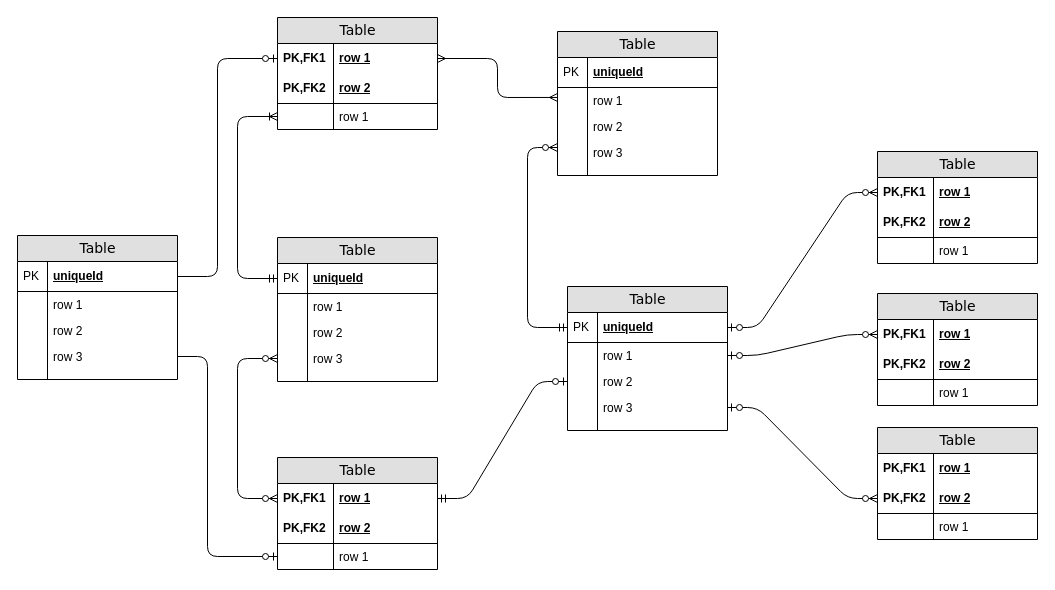
lucadevv/Draws keeps this draw.io diagram as TodoList.drawio. Above is the earlier version. Source tidied: cells renumbered, new cells numbered last; positions are measured from the earlier drawing's top-left corner, leaving out a move shared by most shapes. Both pictures are drawn from the tidied source at 100%, with x=0, y=0 at pixel (17, 17).
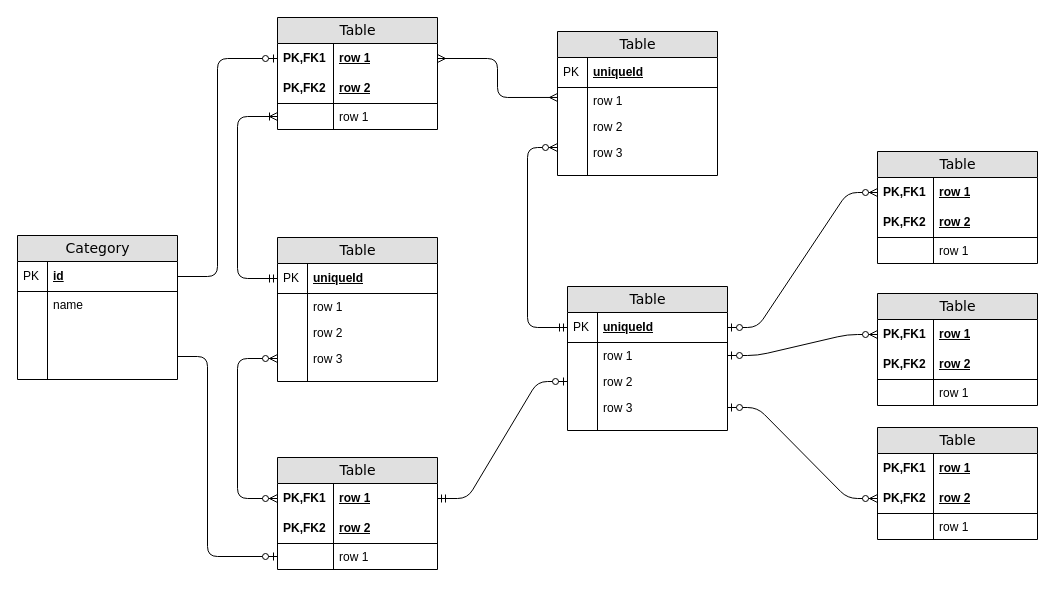
The same diagram, later.

Change to the diagram source:
```diff
@@
-    <mxCell id="78" value="Table" style="swimlane;html=1;fontStyle=0;horizontal=1;startSize=26;fillColor=#e0e0e0;swimlaneFillColor=#ffffff;align=center;rounded=0;shadow=0;comic=0;labelBackgroundColor=none;strokeWidth=1;fontFamily=Verdana;fontSize=14;" parent="1" vertex="1">
+    <mxCell id="78" value="Category" style="swimlane;html=1;fontStyle=0;horizontal=1;startSize=26;fillColor=#e0e0e0;swimlaneFillColor=#ffffff;align=center;rounded=0;shadow=0;comic=0;labelBackgroundColor=none;strokeWidth=1;fontFamily=Verdana;fontSize=14;" parent="1" vertex="1">
       <mxGeometry y="218" width="160" height="144" as="geometry" />
     </mxCell>
-    <mxCell id="79" value="uniqueId" style="shape=partialRectangle;top=0;left=0;right=0;bottom=1;html=1;align=left;verticalAlign=middle;fillColor=none;spacingLeft=34;spacingRight=4;whiteSpace=wrap;overflow=hidden;points=[[0,0.5],[1,0.5]];portConstraint=eastwest;fontStyle=5;" parent="78" vertex="1">
+    <mxCell id="79" value="id" style="shape=partialRectangle;top=0;left=0;right=0;bottom=1;html=1;align=left;verticalAlign=middle;fillColor=none;spacingLeft=34;spacingRight=4;whiteSpace=wrap;overflow=hidden;points=[[0,0.5],[1,0.5]];portConstraint=eastwest;fontStyle=5;" parent="78" vertex="1">
       <mxGeometry y="26" width="160" height="30" as="geometry" />
     </mxCell>
@@
-    <mxCell id="81" value="row 1" style="shape=partialRectangle;top=0;left=0;right=0;bottom=0;html=1;align=left;verticalAlign=top;fillColor=none;spacingLeft=34;spacingRight=4;whiteSpace=wrap;overflow=hidden;" parent="78" vertex="1">
+    <mxCell id="81" value="name" style="shape=partialRectangle;top=0;left=0;right=0;bottom=0;html=1;align=left;verticalAlign=top;fillColor=none;spacingLeft=34;spacingRight=4;whiteSpace=wrap;overflow=hidden;" parent="78" vertex="1">
       <mxGeometry y="56" width="160" height="26" as="geometry" />
     </mxCell>
@@
-    <mxCell id="83" value="row 2" style="shape=partialRectangle;top=0;left=0;right=0;bottom=0;html=1;align=left;verticalAlign=top;fillColor=none;spacingLeft=34;spacingRight=4;whiteSpace=wrap;overflow=hidden;" parent="78" vertex="1">
+    <mxCell id="83" style="shape=partialRectangle;top=0;left=0;right=0;bottom=0;html=1;align=left;verticalAlign=top;fillColor=none;spacingLeft=34;spacingRight=4;whiteSpace=wrap;overflow=hidden;" parent="78" vertex="1">
       <mxGeometry y="82" width="160" height="26" as="geometry" />
     </mxCell>
@@
-    <mxCell id="85" value="row 3" style="shape=partialRectangle;top=0;left=0;right=0;bottom=0;html=1;align=left;verticalAlign=top;fillColor=none;spacingLeft=34;spacingRight=4;whiteSpace=wrap;overflow=hidden;points=[[0,0.5],[1,0.5]];portConstraint=eastwest;" parent="78" vertex="1">
+    <mxCell id="85" style="shape=partialRectangle;top=0;left=0;right=0;bottom=0;html=1;align=left;verticalAlign=top;fillColor=none;spacingLeft=34;spacingRight=4;whiteSpace=wrap;overflow=hidden;points=[[0,0.5],[1,0.5]];portConstraint=eastwest;" parent="78" vertex="1">
       <mxGeometry y="108" width="160" height="26" as="geometry" />
     </mxCell>
```
